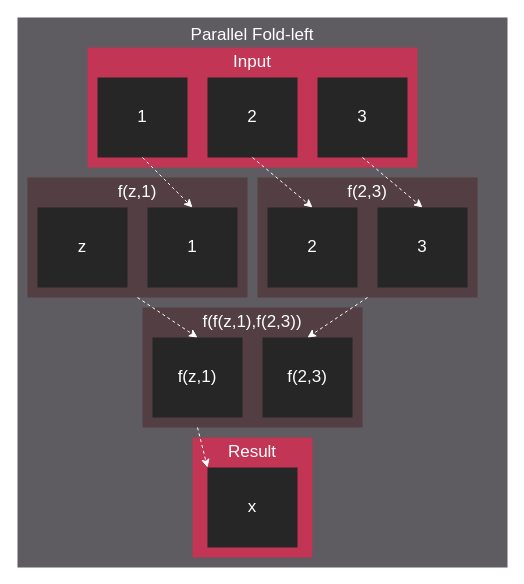
StreamHPC/HIP keeps this draw.io diagram as docs/data/tutorial/reduction/parallel_foldl.drawio. Above is the earlier version. Source tidied: cells renumbered, new cells numbered last; positions are measured from the earlier drawing's top-left corner, leaving out a move shared by most shapes. Both pictures are drawn from the tidied source at 100%, with x=0, y=0 at pixel (17, 17).
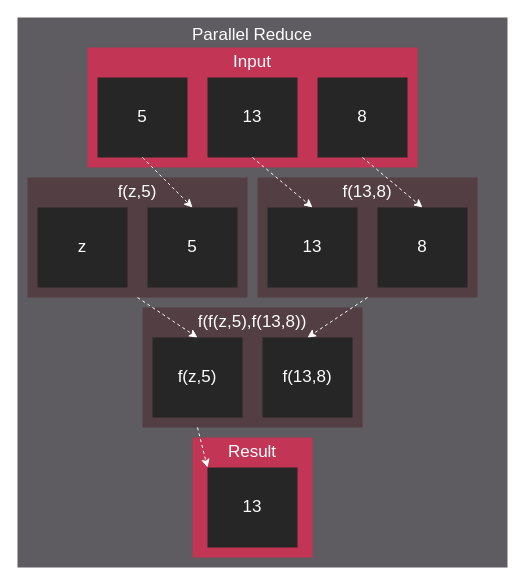
Above is the later version.

Diff of the diagram source:
```diff
@@
-    <mxCell id="3" value="Parallel Fold-left" style="text;strokeColor=none;fillColor=none;align=center;verticalAlign=middle;rounded=0;fontFamily=klavika;fontSize=17;fontColor=#FFFFFF;" parent="1" vertex="1">
+    <mxCell id="3" value="Parallel Reduce" style="text;strokeColor=none;fillColor=none;align=center;verticalAlign=middle;rounded=0;fontFamily=klavika;fontSize=17;fontColor=#FFFFFF;" parent="1" vertex="1">
       <mxGeometry x="205" width="60" height="30" as="geometry" />
     </mxCell>
@@
-    <mxCell id="10" value="3" style="text;html=1;strokeColor=none;fillColor=none;align=center;verticalAlign=middle;whiteSpace=wrap;rounded=0;fontFamily=Klavika;fontSize=17;fontColor=#FFFFFF;" parent="1" vertex="1">
+    <mxCell id="10" value="8" style="text;html=1;strokeColor=none;fillColor=none;align=center;verticalAlign=middle;whiteSpace=wrap;rounded=0;fontFamily=Klavika;fontSize=17;fontColor=#FFFFFF;" parent="1" vertex="1">
       <mxGeometry x="315" y="85" width="60" height="30" as="geometry" />
     </mxCell>
-    <mxCell id="11" value="2" style="text;html=1;strokeColor=none;fillColor=none;align=center;verticalAlign=middle;whiteSpace=wrap;rounded=0;fontFamily=Klavika;fontSize=17;fontColor=#FFFFFF;" parent="1" vertex="1">
+    <mxCell id="11" value="13" style="text;html=1;strokeColor=none;fillColor=none;align=center;verticalAlign=middle;whiteSpace=wrap;rounded=0;fontFamily=Klavika;fontSize=17;fontColor=#FFFFFF;" parent="1" vertex="1">
       <mxGeometry x="205" y="85" width="60" height="30" as="geometry" />
     </mxCell>
-    <mxCell id="12" value="1" style="text;html=1;strokeColor=none;fillColor=none;align=center;verticalAlign=middle;whiteSpace=wrap;rounded=0;fontFamily=Klavika;fontSize=17;fontColor=#FFFFFF;" parent="1" vertex="1">
+    <mxCell id="12" value="5" style="text;html=1;strokeColor=none;fillColor=none;align=center;verticalAlign=middle;whiteSpace=wrap;rounded=0;fontFamily=Klavika;fontSize=17;fontColor=#FFFFFF;" parent="1" vertex="1">
       <mxGeometry x="95" y="85" width="60" height="30" as="geometry" />
     </mxCell>
@@
-    <mxCell id="16" value="1" style="text;html=1;strokeColor=none;fillColor=none;align=center;verticalAlign=middle;whiteSpace=wrap;rounded=0;fontFamily=Klavika;fontSize=17;fontColor=#FFFFFF;" parent="1" vertex="1">
+    <mxCell id="16" value="5" style="text;html=1;strokeColor=none;fillColor=none;align=center;verticalAlign=middle;whiteSpace=wrap;rounded=0;fontFamily=Klavika;fontSize=17;fontColor=#FFFFFF;" parent="1" vertex="1">
       <mxGeometry x="145" y="215" width="60" height="30" as="geometry" />
     </mxCell>
-    <mxCell id="17" value="&lt;font face=&quot;Klavika&quot; style=&quot;font-size: 17px;&quot;&gt;f(z,1)&lt;/font&gt;" style="text;html=1;strokeColor=none;fillColor=none;align=center;verticalAlign=middle;whiteSpace=wrap;rounded=0;fontSize=17;fontColor=#FFFFFF;" parent="1" vertex="1">
+    <mxCell id="17" value="&lt;font face=&quot;Klavika&quot; style=&quot;font-size: 17px;&quot;&gt;f(z,5)&lt;/font&gt;" style="text;html=1;strokeColor=none;fillColor=none;align=center;verticalAlign=middle;whiteSpace=wrap;rounded=0;fontSize=17;fontColor=#FFFFFF;" parent="1" vertex="1">
       <mxGeometry x="90" y="160" width="60" height="30" as="geometry" />
     </mxCell>
@@
-    <mxCell id="21" value="2" style="text;html=1;strokeColor=none;fillColor=none;align=center;verticalAlign=middle;whiteSpace=wrap;rounded=0;fontFamily=Klavika;fontSize=17;fontColor=#FFFFFF;" parent="1" vertex="1">
+    <mxCell id="21" value="13" style="text;html=1;strokeColor=none;fillColor=none;align=center;verticalAlign=middle;whiteSpace=wrap;rounded=0;fontFamily=Klavika;fontSize=17;fontColor=#FFFFFF;" parent="1" vertex="1">
       <mxGeometry x="265" y="215" width="60" height="30" as="geometry" />
     </mxCell>
@@
-    <mxCell id="23" value="3" style="text;html=1;strokeColor=none;fillColor=none;align=center;verticalAlign=middle;whiteSpace=wrap;rounded=0;fontFamily=Klavika;fontSize=17;fontColor=#FFFFFF;" parent="1" vertex="1">
+    <mxCell id="23" value="8" style="text;html=1;strokeColor=none;fillColor=none;align=center;verticalAlign=middle;whiteSpace=wrap;rounded=0;fontFamily=Klavika;fontSize=17;fontColor=#FFFFFF;" parent="1" vertex="1">
       <mxGeometry x="375" y="215" width="60" height="30" as="geometry" />
     </mxCell>
-    <mxCell id="24" value="&lt;font face=&quot;Klavika&quot; style=&quot;font-size: 17px;&quot;&gt;f(2,3)&lt;/font&gt;" style="text;html=1;strokeColor=none;fillColor=none;align=center;verticalAlign=middle;whiteSpace=wrap;rounded=0;fontSize=17;fontColor=#FFFFFF;" parent="1" vertex="1">
+    <mxCell id="24" value="&lt;font face=&quot;Klavika&quot; style=&quot;font-size: 17px;&quot;&gt;f(13,8)&lt;/font&gt;" style="text;html=1;strokeColor=none;fillColor=none;align=center;verticalAlign=middle;whiteSpace=wrap;rounded=0;fontSize=17;fontColor=#FFFFFF;" parent="1" vertex="1">
       <mxGeometry x="320" y="160" width="60" height="30" as="geometry" />
     </mxCell>
@@
-    <mxCell id="27" value="f(z,1)" style="text;html=1;strokeColor=none;fillColor=none;align=center;verticalAlign=middle;whiteSpace=wrap;rounded=0;fontFamily=Klavika;fontSize=17;fontColor=#FFFFFF;" parent="1" vertex="1">
+    <mxCell id="27" value="f(z,5)" style="text;html=1;strokeColor=none;fillColor=none;align=center;verticalAlign=middle;whiteSpace=wrap;rounded=0;fontFamily=Klavika;fontSize=17;fontColor=#FFFFFF;" parent="1" vertex="1">
       <mxGeometry x="150" y="345" width="60" height="30" as="geometry" />
     </mxCell>
@@
-    <mxCell id="29" value="f(2,3)" style="text;html=1;strokeColor=none;fillColor=none;align=center;verticalAlign=middle;whiteSpace=wrap;rounded=0;fontFamily=Klavika;fontSize=17;fontColor=#FFFFFF;" parent="1" vertex="1">
+    <mxCell id="29" value="f(13,8)" style="text;html=1;strokeColor=none;fillColor=none;align=center;verticalAlign=middle;whiteSpace=wrap;rounded=0;fontFamily=Klavika;fontSize=17;fontColor=#FFFFFF;" parent="1" vertex="1">
       <mxGeometry x="260" y="345" width="60" height="30" as="geometry" />
     </mxCell>
-    <mxCell id="30" value="&lt;font face=&quot;Klavika&quot; style=&quot;font-size: 17px;&quot;&gt;f(f(z,1),f(2,3))&lt;br&gt;&lt;/font&gt;" style="text;html=1;strokeColor=none;fillColor=none;align=center;verticalAlign=middle;whiteSpace=wrap;rounded=0;fontSize=17;fontColor=#FFFFFF;" parent="1" vertex="1">
+    <mxCell id="30" value="&lt;font face=&quot;Klavika&quot; style=&quot;font-size: 17px;&quot;&gt;f(f(z,5),f(13,8))&lt;br&gt;&lt;/font&gt;" style="text;html=1;strokeColor=none;fillColor=none;align=center;verticalAlign=middle;whiteSpace=wrap;rounded=0;fontSize=17;fontColor=#FFFFFF;" parent="1" vertex="1">
       <mxGeometry x="205" y="290" width="60" height="30" as="geometry" />
     </mxCell>
@@
-    <mxCell id="34" value="x" style="text;html=1;strokeColor=none;fillColor=none;align=center;verticalAlign=middle;whiteSpace=wrap;rounded=0;fontFamily=Klavika;fontSize=17;fontColor=#FFFFFF;" parent="1" vertex="1">
+    <mxCell id="34" value="13" style="text;html=1;strokeColor=none;fillColor=none;align=center;verticalAlign=middle;whiteSpace=wrap;rounded=0;fontFamily=Klavika;fontSize=17;fontColor=#FFFFFF;" parent="1" vertex="1">
       <mxGeometry x="205" y="475" width="60" height="30" as="geometry" />
     </mxCell>
```
